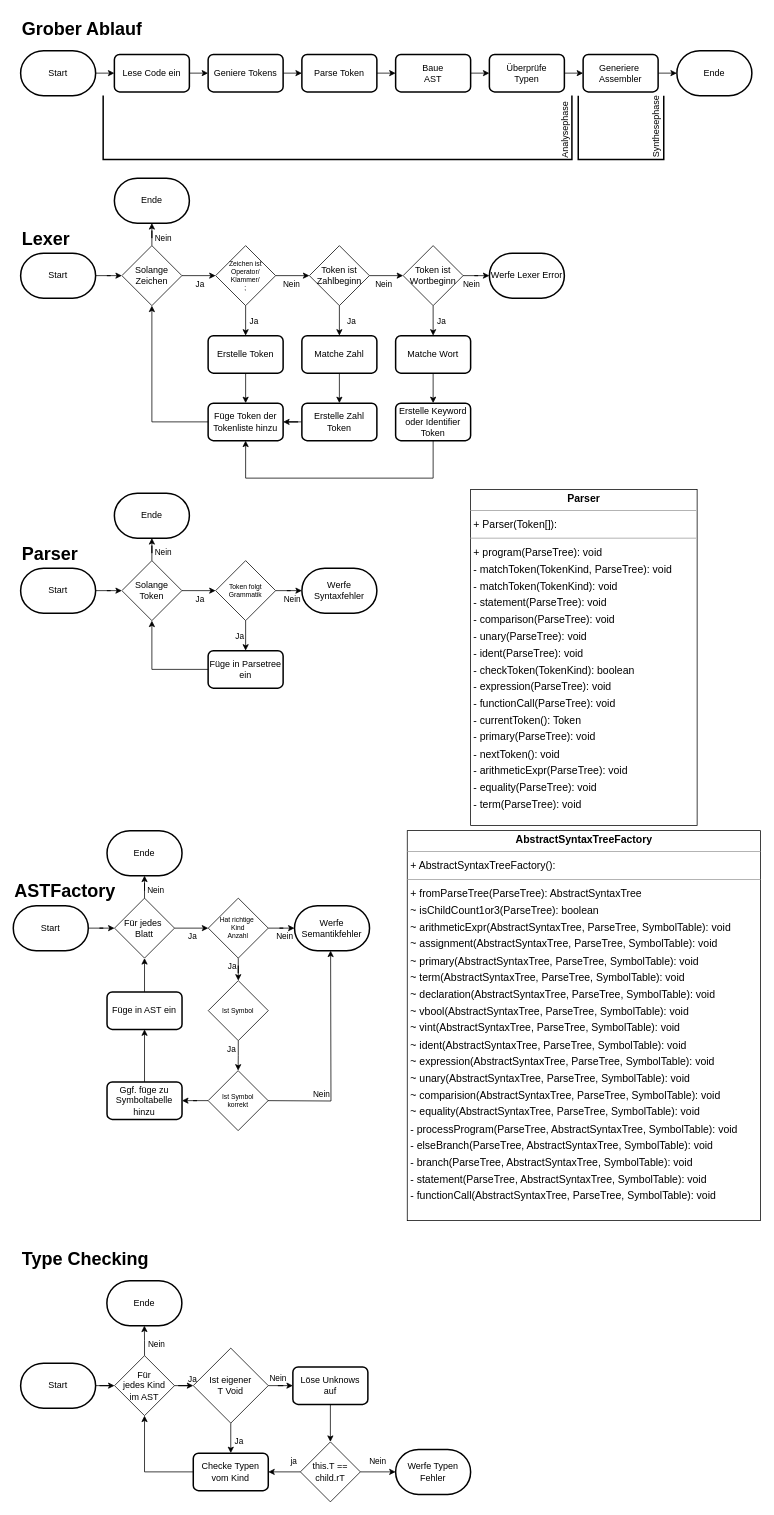
Before: Compilerbau.drawio in fbuedding/faul-compiler, a draw.io diagram. Source tidied: cells renumbered, new cells numbered last; positions are measured from the earlier drawing's top-left corner, leaving out a move shared by most shapes. Both pictures are drawn from the tidied source at 75%, with x=0, y=0 at pixel (13, -107).
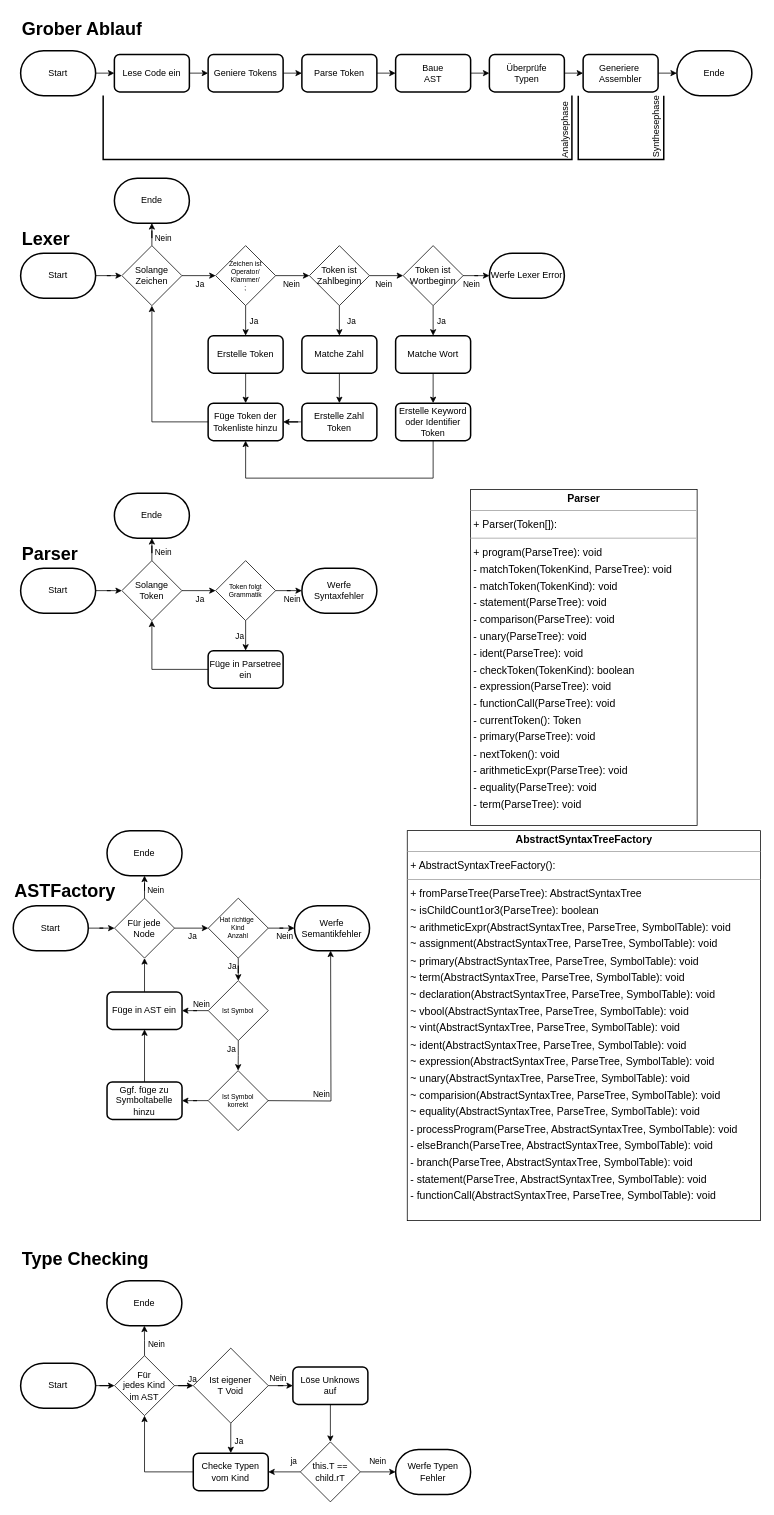
The same diagram, later.

Unchanged cells that the change refers to:
```xml
<mxCell id="94" value="Ist Symbol" style="rhombus;whiteSpace=wrap;html=1;fontSize=9;align=center;verticalAlign=middle;" parent="1" vertex="1">
  <mxGeometry x="260.2" y="1450" width="80" height="80" as="geometry" />
</mxCell>
<mxCell id="96" value="Füge in AST ein" style="rounded=1;whiteSpace=wrap;html=1;absoluteArcSize=1;arcSize=14;strokeWidth=2;" parent="1" vertex="1">
  <mxGeometry x="125.2" y="1465" width="100" height="50" as="geometry" />
</mxCell>
```

The edit, as a diff of the source:
```diff
@@
-    <mxCell id="84" value="Für jedes&amp;nbsp;&lt;div&gt;Blatt&lt;/div&gt;" style="rhombus;whiteSpace=wrap;html=1;" parent="1" vertex="1">
+    <mxCell id="84" value="Für jede&lt;div&gt;Node&lt;/div&gt;" style="rhombus;whiteSpace=wrap;html=1;" parent="1" vertex="1">
       <mxGeometry x="135.2" y="1340" width="80" height="80" as="geometry" />
     </mxCell>
@@
+    <mxCell id="122" style="edgeStyle=orthogonalEdgeStyle;rounded=0;jettySize=auto;html=1;" parent="1" edge="1" source="94" target="96">
+      <mxGeometry relative="1" as="geometry" />
+    </mxCell>
+    <mxCell id="123" value="Nein" style="edgeLabel;html=1;align=center;verticalAlign=middle;labelBackgroundColor=none;" parent="122" vertex="1">
+      <mxGeometry x="-0.55" y="-1" relative="1" as="geometry">
+        <mxPoint y="-9" as="offset" />
+      </mxGeometry>
+    </mxCell>
```
